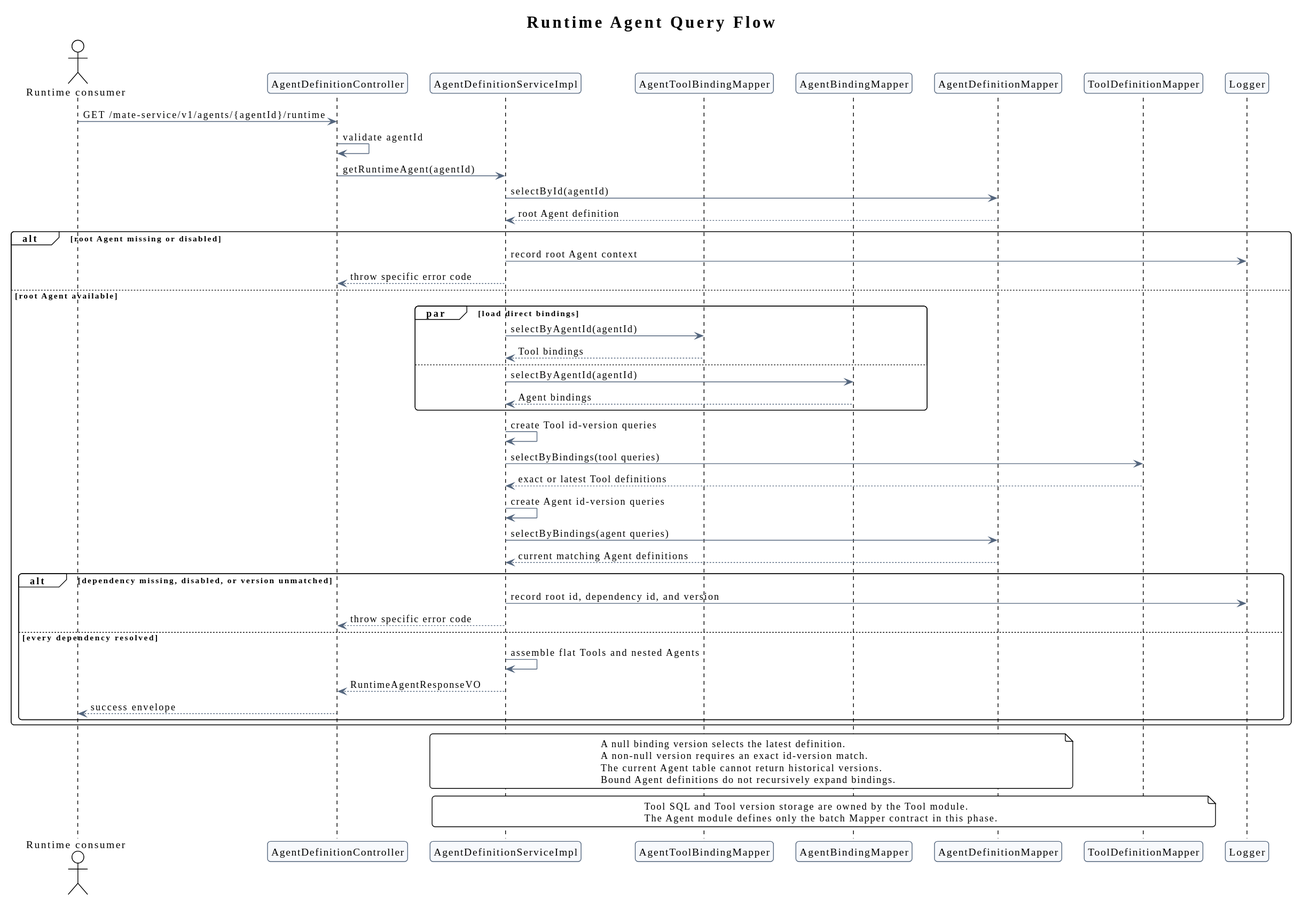
ssm0808/pi-mono-java-design keeps this PlantUML diagram as agent-metadata-gaussdb-design/runtime_agent_query_flow.svg. Above is the earlier version.
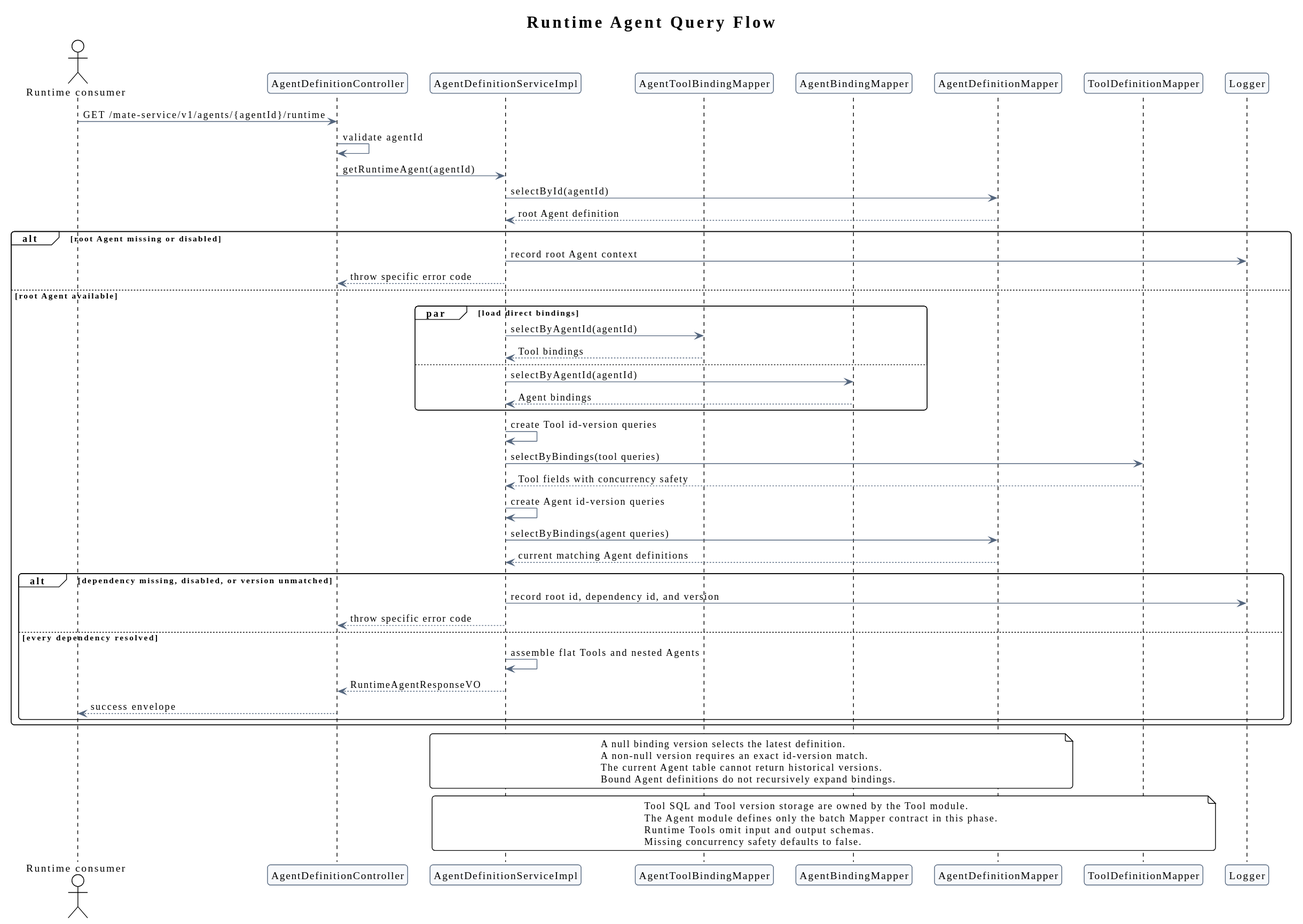
Later version of the same file.

Commit message:
docs(agent): update runtime tool metadata

Diff of the diagram source:
```diff
@@ -40,7 +40,7 @@
 
   Service -> Service: create Tool id-version queries
   Service -> ToolMapper: selectByBindings(tool queries)
-  ToolMapper --> Service: exact or latest Tool definitions
+  ToolMapper --> Service: Tool fields with concurrency safety
   Service -> Service: create Agent id-version queries
   Service -> DefinitionMapper: selectByBindings(agent queries)
   DefinitionMapper --> Service: current matching Agent definitions
@@ -65,5 +65,7 @@
 note over Service,ToolMapper
   Tool SQL and Tool version storage are owned by the Tool module.
   The Agent module defines only the batch Mapper contract in this phase.
+  Runtime Tools omit input and output schemas.
+  Missing concurrency safety defaults to false.
 end note
 @enduml
```
